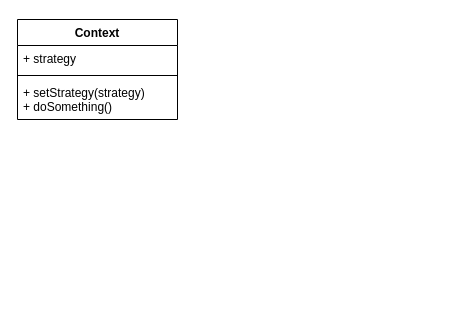
Above: 设计模式/C语言设计模式/策略模式.drawio in zhouyuming/MyNotes (draw.io), before the change. Source tidied: cells renumbered, new cells numbered last; positions are measured from the earlier drawing's top-left corner, leaving out a move shared by most shapes. Both pictures are drawn from the tidied source at 100%, with x=0, y=0 at pixel (17, 19).
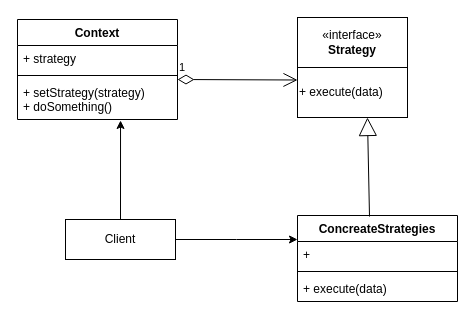
The same page after the edit.

Commit message (it also covers changes not shown here):
更新策略模式.drawio

What changed in the source:
```diff
@@
 <mxGraphModel>
   <root>
     <mxCell id="0" />
     <mxCell id="1" parent="0" />
     <mxCell id="2" value="Context" style="swimlane;fontStyle=1;align=center;verticalAlign=top;horizontal=1;startSize=26;whiteSpace=wrap;html=1;" parent="1" vertex="1">
       <mxGeometry width="160" height="100" as="geometry" />
     </mxCell>
     <mxCell id="3" value="+ strategy" style="text;strokeColor=none;fillColor=none;align=left;verticalAlign=top;spacingLeft=4;spacingRight=4;overflow=hidden;whiteSpace=wrap;html=1;" parent="2" vertex="1">
       <mxGeometry y="26" width="160" height="26" as="geometry" />
     </mxCell>
     <mxCell id="4" style="line;strokeWidth=1;fillColor=none;align=left;verticalAlign=middle;spacingTop=-1;spacingLeft=3;spacingRight=3;labelPosition=right;strokeColor=inherit;" parent="2" vertex="1">
       <mxGeometry y="52" width="160" height="8" as="geometry" />
     </mxCell>
+    <mxCell id="6" value="1" style="endArrow=open;html=1;endSize=12;startArrow=diamondThin;startSize=14;startFill=0;edgeStyle=orthogonalEdgeStyle;align=left;verticalAlign=bottom;rounded=0;entryX=0;entryY=0.25;entryDx=0;entryDy=0;" parent="2" edge="1" target="9">
+      <mxGeometry x="-1" y="3" relative="1" as="geometry">
+        <mxPoint x="160" y="60" as="sourcePoint" />
+      </mxGeometry>
+    </mxCell>
     <mxCell id="5" value="+ setStrategy(strategy)&lt;div&gt;+ doSomething()&lt;/div&gt;" style="text;strokeColor=none;fillColor=none;align=left;verticalAlign=top;spacingLeft=4;spacingRight=4;overflow=hidden;points=[[0,0.5],[1,0.5]];portConstraint=eastwest;whiteSpace=wrap;html=1;" parent="2" vertex="1">
       <mxGeometry y="60" width="160" height="40" as="geometry" />
     </mxCell>
+    <mxCell id="7" style="group;" parent="1" vertex="1">
+      <mxGeometry x="280" y="-2" width="110" height="100" as="geometry" />
+    </mxCell>
+    <mxCell id="8" value="«interface»&lt;br&gt;&lt;b&gt;Strategy&lt;/b&gt;" style="html=1;whiteSpace=wrap;" parent="7" vertex="1">
+      <mxGeometry width="110" height="50" as="geometry" />
+    </mxCell>
+    <mxCell id="9" value="+ execute(data)" style="html=1;whiteSpace=wrap;align=left;" parent="7" vertex="1">
+      <mxGeometry y="50" width="110" height="50" as="geometry" />
+    </mxCell>
+    <mxCell id="10" value="Client" style="html=1;whiteSpace=wrap;" parent="1" vertex="1">
+      <mxGeometry x="48" y="200" width="110" height="40" as="geometry" />
+    </mxCell>
+    <mxCell id="11" value="ConcreateStrategies" style="swimlane;fontStyle=1;align=center;verticalAlign=top;horizontal=1;startSize=26;whiteSpace=wrap;html=1;" parent="1" vertex="1">
+      <mxGeometry x="280" y="196" width="160" height="86" as="geometry" />
+    </mxCell>
+    <mxCell id="12" value="+&amp;nbsp;" style="text;strokeColor=none;fillColor=none;align=left;verticalAlign=top;spacingLeft=4;spacingRight=4;overflow=hidden;whiteSpace=wrap;html=1;" parent="11" vertex="1">
+      <mxGeometry y="26" width="160" height="26" as="geometry" />
+    </mxCell>
+    <mxCell id="13" style="line;strokeWidth=1;fillColor=none;align=left;verticalAlign=middle;spacingTop=-1;spacingLeft=3;spacingRight=3;labelPosition=right;strokeColor=inherit;" parent="11" vertex="1">
+      <mxGeometry y="52" width="160" height="8" as="geometry" />
+    </mxCell>
+    <mxCell id="14" value="&lt;span style=&quot;text-align: center;&quot;&gt;+ execute(data)&lt;/span&gt;" style="text;strokeColor=none;fillColor=none;align=left;verticalAlign=top;spacingLeft=4;spacingRight=4;overflow=hidden;whiteSpace=wrap;html=1;" parent="11" vertex="1">
+      <mxGeometry y="60" width="160" height="26" as="geometry" />
+    </mxCell>
+    <mxCell id="15" style="edgeStyle=orthogonalEdgeStyle;rounded=0;jettySize=auto;html=1;exitX=0.5;exitY=0;exitDx=0;exitDy=0;entryX=0.644;entryY=1.025;entryDx=0;entryDy=0;entryPerimeter=0;" parent="1" edge="1" source="10" target="5">
+      <mxGeometry relative="1" as="geometry" />
+    </mxCell>
+    <mxCell id="16" style="edgeStyle=orthogonalEdgeStyle;rounded=0;jettySize=auto;html=1;exitX=1;exitY=0.5;exitDx=0;exitDy=0;" parent="1" edge="1" source="10">
+      <mxGeometry relative="1" as="geometry">
+        <mxPoint x="280" y="220" as="targetPoint" />
+      </mxGeometry>
+    </mxCell>
+    <mxCell id="17" style="endArrow=block;endSize=16;endFill=0;html=1;rounded=0;entryX=0.636;entryY=1;entryDx=0;entryDy=0;entryPerimeter=0;exitX=0.45;exitY=0.012;exitDx=0;exitDy=0;exitPerimeter=0;" parent="1" edge="1" source="11" target="9">
+      <mxGeometry x="-0.25" y="10" relative="1" as="geometry" />
+    </mxCell>
   </root>
 </mxGraphModel>
```
